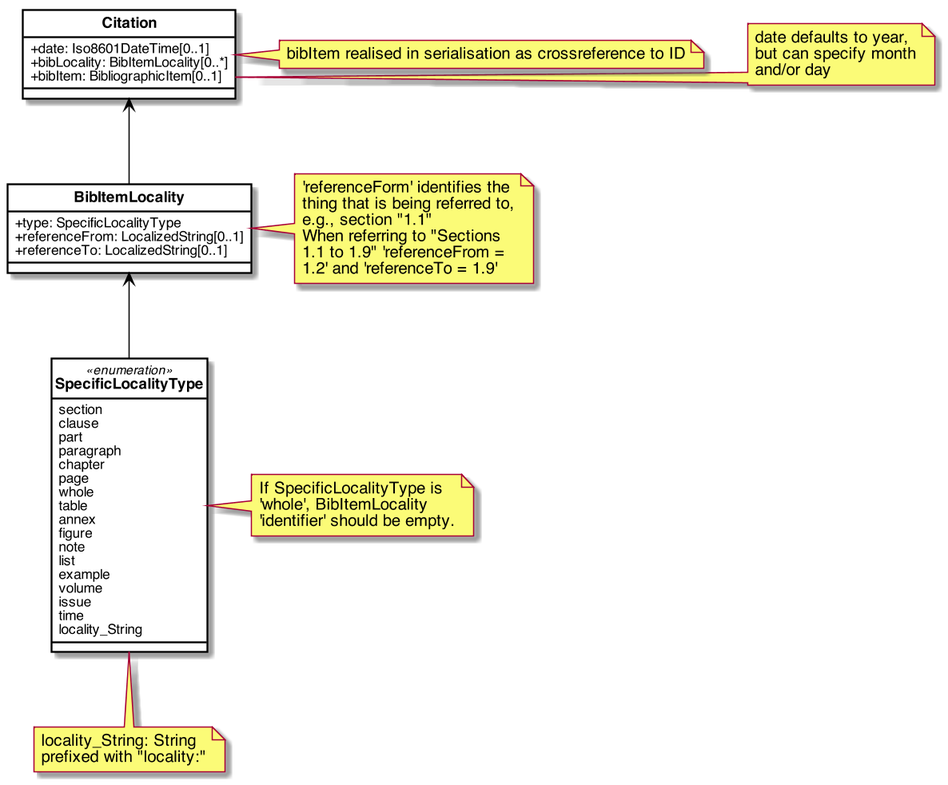
This is images/RelBib_Citation.png from relaton/relaton-models, a PlantUML export, as it was before one commit. Source of this version:
```plantuml
@startuml RelBib_Citation


skinparam Dpi 150
skinparam Monochrome false
skinparam LineType ortho
hide circle
skinparam Default {
  TextAlignment center
  FontName Helvetica
}
skinparam Class {
  AttributeIconSize 0
  BackgroundColor White
  ArrowColor Black
  BorderColor Black
  FontStyle bold
  StereotypeFontSize 10
}
skinparam Rectangle {
  BackgroundColor White
  ArrowColor Black
  BorderColor Black
  FontStyle bold
  FontSize 11
  StereotypeFontSize 10
}
skinparam Object {
  BackgroundColor White
  ArrowColor Black
  BorderColor Black
  FontStyle bold
  FontSize 11
  StereotypeFontSize 10
}

skinparam Entity {
  StereotypeFontSize 10
}




class Citation {
    +date: Iso8601DateTime[0..1]
    +bibLocality: BibItemLocality[0..*]
    +bibItem: BibliographicItem[0..1]
}

class BibItemLocality{
    +type: SpecificLocalityType
    +referenceFrom: LocalizedString[0..1]
    +referenceTo: LocalizedString[0..1]
}

enum SpecificLocalityType <<enumeration>>{
    section
    clause
    part
    paragraph
    chapter
    page
    whole
    table
    annex
    figure
    note
    list
    example
    volume
    issue
    time
    locality_String
}

note right of Citation: date defaults to year,\nbut can specify month\nand/or day
note right of Citation: bibItem realised in serialisation as crossreference to ID
note right of BibItemLocality: 'referenceForm' identifies the\nthing that is being referred to,\ne.g., section "1.1"\nWhen referring to "Sections\n1.1 to 1.9" 'referenceFrom = \n1.2' and 'referenceTo = 1.9'
note right of SpecificLocalityType: If SpecificLocalityType is\n'whole', BibItemLocality\n'identifier' should be empty.
note bottom of SpecificLocalityType: locality_String: String\nprefixed with "locality:"

Citation <-- BibItemLocality
BibItemLocality <-- SpecificLocalityType


@enduml
```
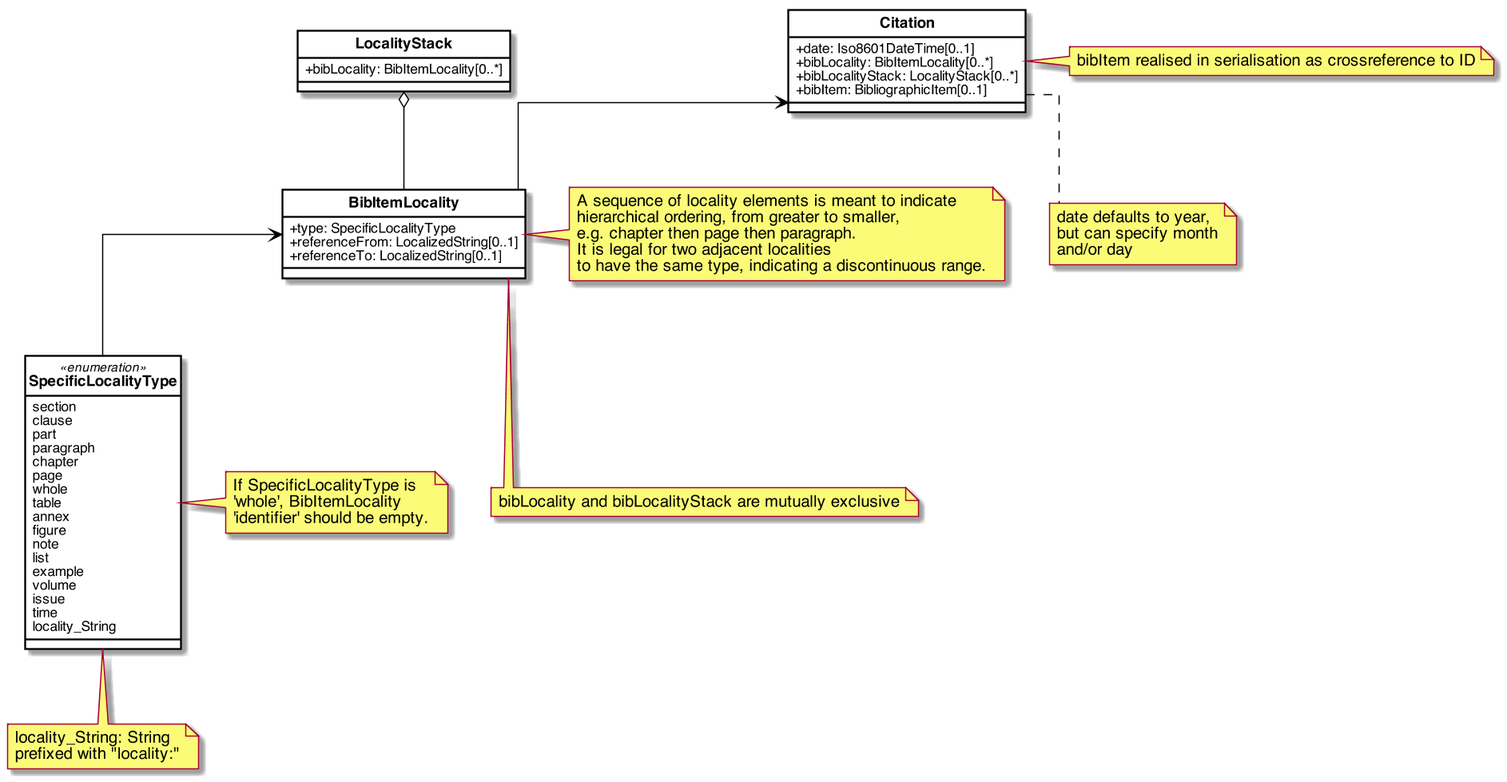
After the change.

Commit message:
localityStack, relation: #25

The edit, as a diff of the source:
```diff
@@ -44,6 +44,7 @@
 class Citation {
     +date: Iso8601DateTime[0..1]
     +bibLocality: BibItemLocality[0..*]
+    +bibLocalityStack: LocalityStack[0..*]
     +bibItem: BibliographicItem[0..1]
 }
 
@@ -51,6 +52,10 @@
     +type: SpecificLocalityType
     +referenceFrom: LocalizedString[0..1]
     +referenceTo: LocalizedString[0..1]
+}
+
+class LocalityStack{
+    +bibLocality: BibItemLocality[0..*]
 }
 
 enum SpecificLocalityType <<enumeration>>{
@@ -73,13 +78,15 @@
     locality_String
 }
 
-note right of Citation: date defaults to year,\nbut can specify month\nand/or day
+note bottom of Citation: date defaults to year,\nbut can specify month\nand/or day
 note right of Citation: bibItem realised in serialisation as crossreference to ID
-note right of BibItemLocality: 'referenceForm' identifies the\nthing that is being referred to,\ne.g., section "1.1"\nWhen referring to "Sections\n1.1 to 1.9" 'referenceFrom = \n1.2' and 'referenceTo = 1.9'
+note right of BibItemLocality: A sequence of locality elements is meant to indicate\nhierarchical ordering, from greater to smaller,\ne.g. chapter then page then paragraph.\nIt is legal for two adjacent localities\nto have the same type, indicating a discontinuous range.
+note bottom of BibItemLocality: bibLocality and bibLocalityStack are mutually exclusive
 note right of SpecificLocalityType: If SpecificLocalityType is\n'whole', BibItemLocality\n'identifier' should be empty.
 note bottom of SpecificLocalityType: locality_String: String\nprefixed with "locality:"
 
 Citation <-- BibItemLocality
+LocalityStack o-- BibItemLocality
 BibItemLocality <-- SpecificLocalityType
 
 
```
